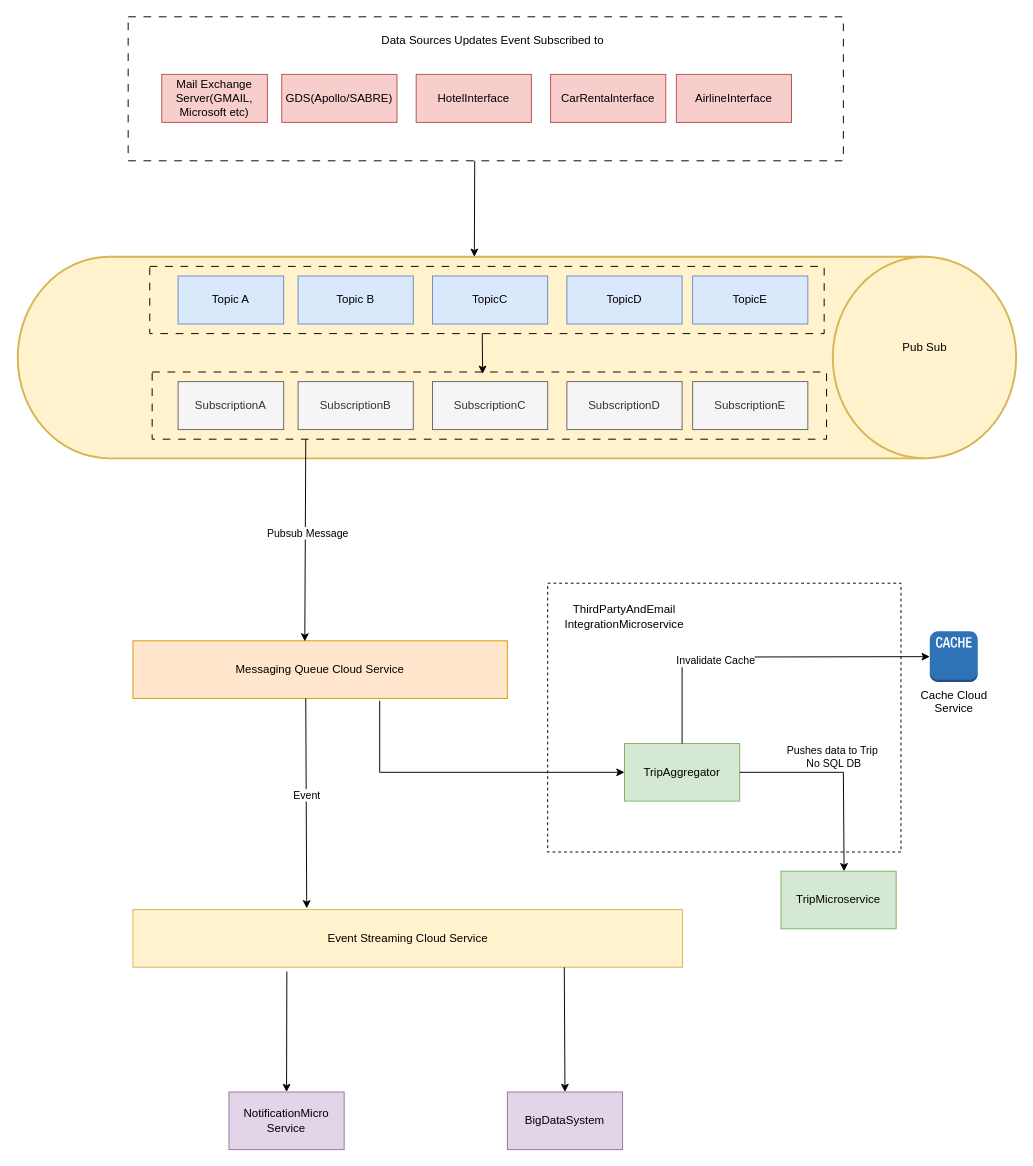
Above: Diagrams/IndividualComponentDiagrams/RawFiles/DataUpdatesConsumer.drawio in beyond-blueprints/arch-katas-2023 (draw.io), before the change. Source tidied: cells renumbered, new cells numbered last; positions are measured from the earlier drawing's top-left corner, leaving out a move shared by most shapes. Both pictures are drawn from the tidied source at 96%, with x=0, y=0 at pixel (17, 16). Pictures stored in the file or linked from it are replaced by grey dashed boxes.
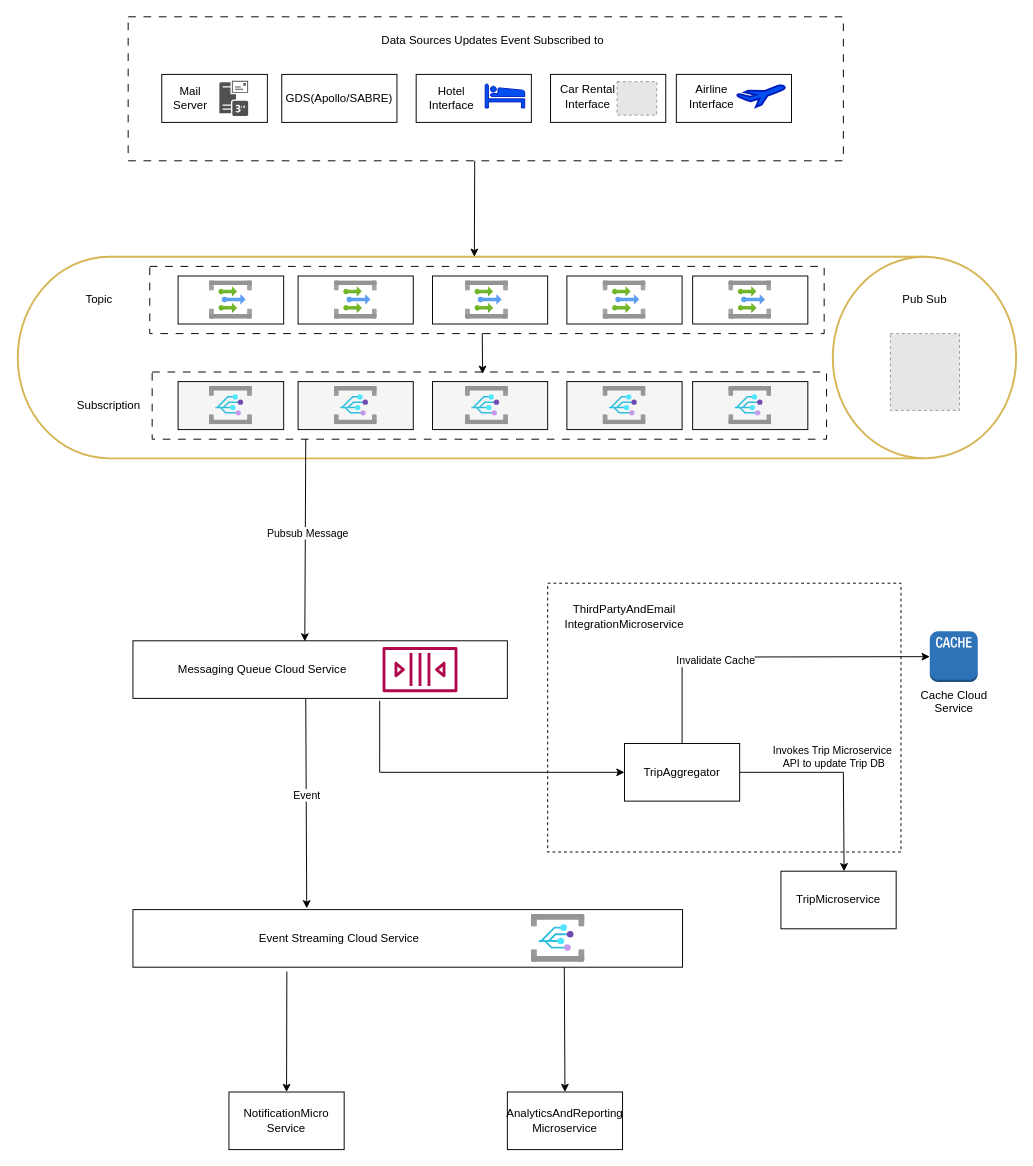
The same page after the edit.

The change refers to these unchanged cells:
```xml
<mxCell id="42" style="endArrow=classic;html=1;rounded=0;entryX=0.548;entryY=0.001;entryDx=0;entryDy=0;exitX=1;exitY=0.5;exitDx=0;exitDy=0;entryPerimeter=0;" parent="1" edge="1" source="13" target="44">
  <mxGeometry relative="1" as="geometry">
    <Array as="points">
      <mxPoint x="860" y="787" />
    </Array>
  </mxGeometry>
</mxCell>
```

Change to the diagram source:
```diff
@@
-    <mxCell id="2" style="strokeWidth=2;html=1;shape=mxgraph.flowchart.direct_data;whiteSpace=wrap;labelBackgroundColor=default;fillColor=#fff2cc;strokeColor=#d6b656;" parent="1" vertex="1">
+    <mxCell id="2" style="strokeWidth=2;html=1;shape=mxgraph.flowchart.direct_data;whiteSpace=wrap;labelBackgroundColor=default;fillColor=default;strokeColor=#d6b656;" parent="1" vertex="1">
       <mxGeometry y="250" width="1040" height="210" as="geometry" />
     </mxCell>
@@
-    <mxCell id="6" value="AirlineInterface" style="rounded=0;whiteSpace=wrap;html=1;fillColor=#f8cecc;strokeColor=#b85450;" parent="1" vertex="1">
+    <mxCell id="6" style="rounded=0;whiteSpace=wrap;html=1;fillColor=default;strokeColor=default;" parent="1" vertex="1">
       <mxGeometry x="686" y="60" width="120" height="50" as="geometry" />
     </mxCell>
-    <mxCell id="7" value="GDS(Apollo/SABRE)" style="rounded=0;whiteSpace=wrap;html=1;fillColor=#f8cecc;strokeColor=#b85450;" parent="1" vertex="1">
+    <mxCell id="7" value="GDS(Apollo/SABRE)" style="rounded=0;whiteSpace=wrap;html=1;fillColor=default;strokeColor=default;" parent="1" vertex="1">
       <mxGeometry x="275" y="60" width="120" height="50" as="geometry" />
     </mxCell>
-    <mxCell id="8" value="CarRentalnterface" style="rounded=0;whiteSpace=wrap;html=1;fillColor=#f8cecc;strokeColor=#b85450;" parent="1" vertex="1">
+    <mxCell id="8" style="rounded=0;whiteSpace=wrap;html=1;fillColor=default;strokeColor=default;" parent="1" vertex="1">
       <mxGeometry x="555" y="60" width="120" height="50" as="geometry" />
     </mxCell>
-    <mxCell id="9" value="HotelInterface" style="rounded=0;whiteSpace=wrap;html=1;fillColor=#f8cecc;strokeColor=#b85450;" parent="1" vertex="1">
+    <mxCell id="9" style="rounded=0;whiteSpace=wrap;html=1;fillColor=default;strokeColor=default;" parent="1" vertex="1">
       <mxGeometry x="415" y="60" width="120" height="50" as="geometry" />
     </mxCell>
-    <mxCell id="10" value="Mail Exchange Server(GMAIL, Microsoft etc)" style="rounded=0;whiteSpace=wrap;html=1;fillColor=#f8cecc;strokeColor=#b85450;" parent="1" vertex="1">
+    <mxCell id="10" style="rounded=0;whiteSpace=wrap;html=1;fillColor=default;strokeColor=default;" parent="1" vertex="1">
       <mxGeometry x="150" y="60" width="110" height="50" as="geometry" />
     </mxCell>
@@
-    <mxCell id="12" value="Messaging Queue Cloud Service" style="rounded=0;whiteSpace=wrap;html=1;fillColor=#ffe6cc;strokeColor=#d79b00;" parent="1" vertex="1">
+    <mxCell id="12" style="rounded=0;whiteSpace=wrap;html=1;fillColor=default;strokeColor=default;" parent="1" vertex="1">
       <mxGeometry x="120" y="650" width="390" height="60" as="geometry" />
     </mxCell>
-    <mxCell id="13" value="TripAggregator" style="rounded=0;whiteSpace=wrap;html=1;fillColor=#d5e8d4;strokeColor=#82b366;" parent="1" vertex="1">
+    <mxCell id="13" value="TripAggregator" style="rounded=0;whiteSpace=wrap;html=1;fillColor=default;strokeColor=default;" parent="1" vertex="1">
       <mxGeometry x="632" y="757" width="120" height="60" as="geometry" />
     </mxCell>
@@
-    <mxCell id="18" value="TopicE" style="rounded=0;whiteSpace=wrap;html=1;fillColor=#dae8fc;strokeColor=#6c8ebf;" parent="1" vertex="1">
+    <mxCell id="18" style="rounded=0;whiteSpace=wrap;html=1;fillColor=default;strokeColor=default;" parent="1" vertex="1">
       <mxGeometry x="703" y="270" width="120" height="50" as="geometry" />
     </mxCell>
-    <mxCell id="19" value="Topic B" style="rounded=0;whiteSpace=wrap;html=1;fillColor=#dae8fc;strokeColor=#6c8ebf;" parent="1" vertex="1">
+    <mxCell id="19" style="rounded=0;whiteSpace=wrap;html=1;fillColor=default;strokeColor=default;" parent="1" vertex="1">
       <mxGeometry x="292" y="270" width="120" height="50" as="geometry" />
     </mxCell>
-    <mxCell id="20" value="TopicD" style="rounded=0;whiteSpace=wrap;html=1;fillColor=#dae8fc;strokeColor=#6c8ebf;" parent="1" vertex="1">
+    <mxCell id="20" style="rounded=0;whiteSpace=wrap;html=1;fillColor=default;strokeColor=default;" parent="1" vertex="1">
       <mxGeometry x="572" y="270" width="120" height="50" as="geometry" />
     </mxCell>
-    <mxCell id="21" value="TopicC" style="rounded=0;whiteSpace=wrap;html=1;fillColor=#dae8fc;strokeColor=#6c8ebf;" parent="1" vertex="1">
+    <mxCell id="21" style="rounded=0;whiteSpace=wrap;html=1;fillColor=default;strokeColor=default;" parent="1" vertex="1">
       <mxGeometry x="432" y="270" width="120" height="50" as="geometry" />
     </mxCell>
-    <mxCell id="22" value="Topic A" style="rounded=0;whiteSpace=wrap;html=1;fillColor=#dae8fc;strokeColor=#6c8ebf;" parent="1" vertex="1">
+    <mxCell id="22" style="rounded=0;whiteSpace=wrap;html=1;fillColor=default;strokeColor=default;" parent="1" vertex="1">
       <mxGeometry x="167" y="270" width="110" height="50" as="geometry" />
     </mxCell>
     <mxCell id="23" value="Pub Sub" style="text;html=1;strokeColor=none;fillColor=none;align=center;verticalAlign=middle;whiteSpace=wrap;rounded=0;" parent="1" vertex="1">
-      <mxGeometry x="915" y="330" width="60" height="30" as="geometry" />
+      <mxGeometry x="915" y="280" width="60" height="30" as="geometry" />
     </mxCell>
-    <mxCell id="24" value="SubscriptionE" style="rounded=0;whiteSpace=wrap;html=1;fillColor=#f5f5f5;fontColor=#333333;strokeColor=#666666;" parent="1" vertex="1">
+    <mxCell id="24" style="rounded=0;whiteSpace=wrap;html=1;fillColor=#f5f5f5;fontColor=#333333;strokeColor=default;" parent="1" vertex="1">
       <mxGeometry x="703" y="380" width="120" height="50" as="geometry" />
     </mxCell>
-    <mxCell id="25" value="SubscriptionB" style="rounded=0;whiteSpace=wrap;html=1;fillColor=#f5f5f5;fontColor=#333333;strokeColor=#666666;" parent="1" vertex="1">
+    <mxCell id="25" style="rounded=0;whiteSpace=wrap;html=1;fillColor=#f5f5f5;fontColor=#333333;strokeColor=default;" parent="1" vertex="1">
       <mxGeometry x="292" y="380" width="120" height="50" as="geometry" />
     </mxCell>
-    <mxCell id="26" value="SubscriptionD" style="rounded=0;whiteSpace=wrap;html=1;fillColor=#f5f5f5;fontColor=#333333;strokeColor=#666666;" parent="1" vertex="1">
+    <mxCell id="26" style="rounded=0;whiteSpace=wrap;html=1;fillColor=#f5f5f5;fontColor=#333333;strokeColor=default;" parent="1" vertex="1">
       <mxGeometry x="572" y="380" width="120" height="50" as="geometry" />
     </mxCell>
-    <mxCell id="27" value="SubscriptionC" style="rounded=0;whiteSpace=wrap;html=1;fillColor=#f5f5f5;fontColor=#333333;strokeColor=#666666;" parent="1" vertex="1">
+    <mxCell id="27" style="rounded=0;whiteSpace=wrap;html=1;fillColor=#f5f5f5;fontColor=#333333;strokeColor=default;" parent="1" vertex="1">
       <mxGeometry x="432" y="380" width="120" height="50" as="geometry" />
     </mxCell>
-    <mxCell id="28" value="SubscriptionA" style="rounded=0;whiteSpace=wrap;html=1;fillColor=#f5f5f5;fontColor=#333333;strokeColor=#666666;" parent="1" vertex="1">
+    <mxCell id="28" style="rounded=0;whiteSpace=wrap;html=1;fillColor=#f5f5f5;fontColor=#333333;strokeColor=default;" parent="1" vertex="1">
       <mxGeometry x="167" y="380" width="110" height="50" as="geometry" />
     </mxCell>
@@
-    <mxCell id="33" value="Event Streaming Cloud Service" style="rounded=0;whiteSpace=wrap;html=1;fillColor=#fff2cc;strokeColor=#d6b656;" parent="1" vertex="1">
+    <mxCell id="33" style="rounded=0;whiteSpace=wrap;html=1;fillColor=default;strokeColor=default;" parent="1" vertex="1">
       <mxGeometry x="120" y="930" width="572.5" height="60" as="geometry" />
     </mxCell>
@@
-    <mxCell id="36" value="NotificationMicro&lt;br&gt;Service" style="rounded=0;whiteSpace=wrap;html=1;fillColor=#e1d5e7;strokeColor=#9673a6;" parent="1" vertex="1">
+    <mxCell id="36" value="NotificationMicro&lt;br&gt;Service" style="rounded=0;whiteSpace=wrap;html=1;fillColor=default;strokeColor=default;" parent="1" vertex="1">
       <mxGeometry x="220" y="1120" width="120" height="60" as="geometry" />
     </mxCell>
-    <mxCell id="37" value="BigDataSystem" style="rounded=0;whiteSpace=wrap;html=1;fillColor=#e1d5e7;strokeColor=#9673a6;" parent="1" vertex="1">
+    <mxCell id="37" value="AnalyticsAndReporting&lt;br&gt;Microservice" style="rounded=0;whiteSpace=wrap;html=1;fillColor=default;strokeColor=default;" parent="1" vertex="1">
       <mxGeometry x="510" y="1120" width="120" height="60" as="geometry" />
     </mxCell>
@@
-    <mxCell id="43" value="Pushes data to Trip&amp;nbsp;&lt;br&gt;No SQL DB" style="edgeLabel;html=1;align=center;verticalAlign=middle;" parent="42" vertex="1">
+    <mxCell id="43" value="Invokes Trip Microservice&amp;nbsp;&lt;br style=&quot;border-color: var(--border-color);&quot;&gt;API to update Trip DB" style="edgeLabel;html=1;align=center;verticalAlign=middle;" parent="42" vertex="1">
       <mxGeometry x="-0.18" relative="1" as="geometry">
         <mxPoint x="10" y="-17" as="offset" />
       </mxGeometry>
     </mxCell>
-    <mxCell id="44" value="TripMicroservice" style="rounded=0;whiteSpace=wrap;html=1;fillColor=#d5e8d4;strokeColor=#82b366;" parent="1" vertex="1">
+    <mxCell id="44" value="TripMicroservice" style="rounded=0;whiteSpace=wrap;html=1;fillColor=default;strokeColor=default;" parent="1" vertex="1">
       <mxGeometry x="795" y="890" width="120" height="60" as="geometry" />
     </mxCell>
+    <mxCell id="45" style="image;html=1;align=center;fontSize=12;image=img/lib/azure2/integration/Event_Grid_Subscriptions.svg;" parent="1" vertex="1">
+      <mxGeometry x="535" y="935" width="55.8" height="50" as="geometry" />
+    </mxCell>
+    <mxCell id="46" value="Event Streaming Cloud Service" style="text;html=1;strokeColor=none;fillColor=none;align=center;verticalAlign=middle;whiteSpace=wrap;rounded=0;" parent="1" vertex="1">
+      <mxGeometry x="195" y="945" width="280" height="30" as="geometry" />
+    </mxCell>
+    <mxCell id="47" style="sketch=0;fontColor=#232F3E;gradientColor=none;fillColor=#B0084D;strokeColor=none;dashed=0;verticalLabelPosition=bottom;verticalAlign=top;align=center;html=1;fontSize=12;fontStyle=0;shape=mxgraph.aws4.queue;" parent="1" vertex="1">
+      <mxGeometry x="380" y="656.5" width="78" height="47" as="geometry" />
+    </mxCell>
+    <mxCell id="48" value="Messaging Queue Cloud Service" style="text;html=1;strokeColor=none;fillColor=none;align=center;verticalAlign=middle;whiteSpace=wrap;rounded=0;" parent="1" vertex="1">
+      <mxGeometry x="160" y="665" width="190" height="30" as="geometry" />
+    </mxCell>
+    <mxCell id="49" style="fillColor=#E6E6E6;strokeColor=#999999;dashed=1;html=1;verticalLabelPosition=bottom;labelBackgroundColor=#ffffff;verticalAlign=top;" parent="1" vertex="1">
+      <mxGeometry x="909" y="330" width="72" height="80" as="geometry" />
+    </mxCell>
+    <mxCell id="50" value="Car Rental&lt;br&gt;Interface" style="text;html=1;strokeColor=none;fillColor=none;align=center;verticalAlign=middle;whiteSpace=wrap;rounded=0;" parent="1" vertex="1">
+      <mxGeometry x="564.3" y="67.6" width="60" height="30" as="geometry" />
+    </mxCell>
+    <mxCell id="51" style="fillColor=#E6E6E6;strokeColor=#999999;dashed=1;verticalLabelPosition=bottom;labelBackgroundColor=default;verticalAlign=top;" parent="1" vertex="1">
+      <mxGeometry x="624.3" y="67.6" width="41.3" height="34.8" as="geometry" />
+    </mxCell>
+    <mxCell id="52" style="shape=mxgraph.signs.travel.hotel;html=1;fillColor=#0050ef;strokeColor=#001DBC;verticalLabelPosition=bottom;verticalAlign=top;align=center;fontColor=#ffffff;" parent="1" vertex="1">
+      <mxGeometry x="486.9" y="70" width="41.2" height="25" as="geometry" />
+    </mxCell>
+    <mxCell id="53" value="Hotel&lt;br&gt;Interface" style="text;html=1;strokeColor=none;fillColor=none;align=center;verticalAlign=middle;whiteSpace=wrap;rounded=0;" parent="1" vertex="1">
+      <mxGeometry x="421.9" y="70" width="60" height="30" as="geometry" />
+    </mxCell>
+    <mxCell id="54" value="Airline&lt;br&gt;Interface" style="text;html=1;strokeColor=none;fillColor=none;align=center;verticalAlign=middle;whiteSpace=wrap;rounded=0;" parent="1" vertex="1">
+      <mxGeometry x="692.8" y="67.6" width="60" height="30" as="geometry" />
+    </mxCell>
+    <mxCell id="55" style="verticalLabelPosition=bottom;html=1;verticalAlign=top;strokeWidth=2;shape=mxgraph.lean_mapping.airplane_7;fillColor=#0050ef;fontColor=#ffffff;strokeColor=#001DBC;" parent="1" vertex="1">
+      <mxGeometry x="749.2" y="71.4" width="50" height="22.5" as="geometry" />
+    </mxCell>
+    <mxCell id="56" value="Mail Server" style="text;html=1;strokeColor=none;fillColor=none;align=center;verticalAlign=middle;whiteSpace=wrap;rounded=0;" parent="1" vertex="1">
+      <mxGeometry x="150" y="70" width="60" height="30" as="geometry" />
+    </mxCell>
+    <mxCell id="57" style="sketch=0;shadow=0;dashed=0;html=1;strokeColor=none;fillColor=#505050;labelPosition=center;verticalLabelPosition=bottom;verticalAlign=top;align=center;shape=mxgraph.office.servers.3rd_party_mail_server;" parent="1" vertex="1">
+      <mxGeometry x="210" y="66.7" width="30" height="36.6" as="geometry" />
+    </mxCell>
+    <mxCell id="58" style="image;html=1;align=center;fontSize=12;image=img/lib/azure2/integration/Event_Grid_Subscriptions.svg;" parent="1" vertex="1">
+      <mxGeometry x="199.7" y="385" width="44.7" height="40" as="geometry" />
+    </mxCell>
+    <mxCell id="59" style="image;html=1;align=center;fontSize=12;image=img/lib/azure2/integration/Event_Grid_Subscriptions.svg;" parent="1" vertex="1">
+      <mxGeometry x="329.7" y="385" width="44.7" height="40" as="geometry" />
+    </mxCell>
+    <mxCell id="60" style="image;html=1;align=center;fontSize=12;image=img/lib/azure2/integration/Event_Grid_Subscriptions.svg;" parent="1" vertex="1">
+      <mxGeometry x="466.4" y="385" width="44.7" height="40" as="geometry" />
+    </mxCell>
+    <mxCell id="61" style="image;html=1;align=center;fontSize=12;image=img/lib/azure2/integration/Event_Grid_Subscriptions.svg;" parent="1" vertex="1">
+      <mxGeometry x="609.7" y="385" width="44.7" height="40" as="geometry" />
+    </mxCell>
+    <mxCell id="62" style="image;html=1;align=center;fontSize=12;image=img/lib/azure2/integration/Event_Grid_Subscriptions.svg;" parent="1" vertex="1">
+      <mxGeometry x="740.7" y="385" width="44.7" height="40" as="geometry" />
+    </mxCell>
+    <mxCell id="63" value="Topic" style="text;html=1;strokeColor=none;fillColor=none;align=center;verticalAlign=middle;whiteSpace=wrap;rounded=0;" parent="1" vertex="1">
+      <mxGeometry x="55" y="280" width="60" height="30" as="geometry" />
+    </mxCell>
+    <mxCell id="64" style="image;html=1;align=center;fontSize=12;image=img/lib/azure2/integration/Event_Grid_Topics.svg;" parent="1" vertex="1">
+      <mxGeometry x="199.7" y="275" width="44.7" height="40" as="geometry" />
+    </mxCell>
+    <mxCell id="65" value="Subscription" style="text;html=1;strokeColor=none;fillColor=none;align=center;verticalAlign=middle;whiteSpace=wrap;rounded=0;" parent="1" vertex="1">
+      <mxGeometry x="65" y="390" width="60" height="30" as="geometry" />
+    </mxCell>
+    <mxCell id="66" style="image;html=1;align=center;fontSize=12;image=img/lib/azure2/integration/Event_Grid_Topics.svg;" parent="1" vertex="1">
+      <mxGeometry x="329.7" y="275" width="44.7" height="40" as="geometry" />
+    </mxCell>
+    <mxCell id="67" style="image;html=1;align=center;fontSize=12;image=img/lib/azure2/integration/Event_Grid_Topics.svg;" parent="1" vertex="1">
+      <mxGeometry x="466.4" y="275" width="44.7" height="40" as="geometry" />
+    </mxCell>
+    <mxCell id="68" style="image;html=1;align=center;fontSize=12;image=img/lib/azure2/integration/Event_Grid_Topics.svg;" parent="1" vertex="1">
+      <mxGeometry x="609.7" y="275" width="44.7" height="40" as="geometry" />
+    </mxCell>
+    <mxCell id="69" style="image;html=1;align=center;fontSize=12;image=img/lib/azure2/integration/Event_Grid_Topics.svg;" parent="1" vertex="1">
+      <mxGeometry x="740.7" y="275" width="44.7" height="40" as="geometry" />
+    </mxCell>
```
